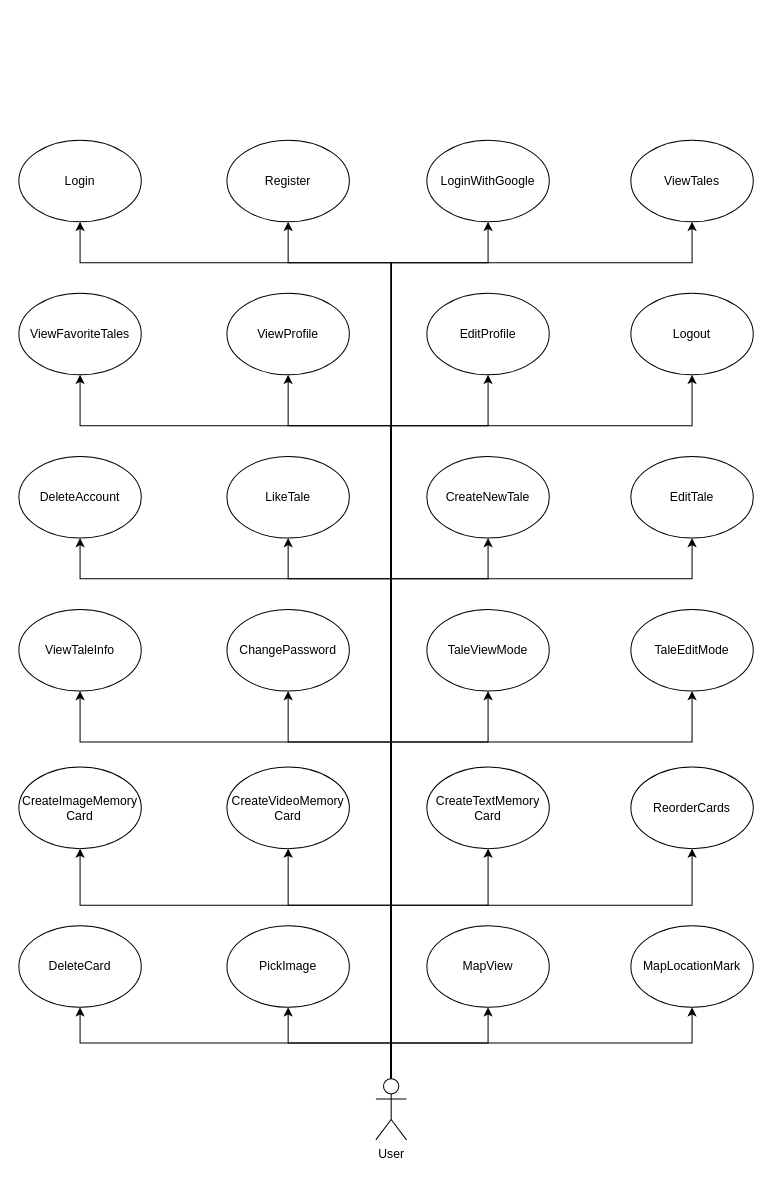
SadraMoghadam/TripTales keeps this draw.io diagram as diagrams/UseCaseDiagram.drawio. Above is the earlier version. Source tidied: cells renumbered, new cells numbered last; positions are measured from the earlier drawing's top-left corner, leaving out a move shared by most shapes. Both pictures are drawn from the tidied source at 102%, with x=0, y=0 at pixel (18, 140).
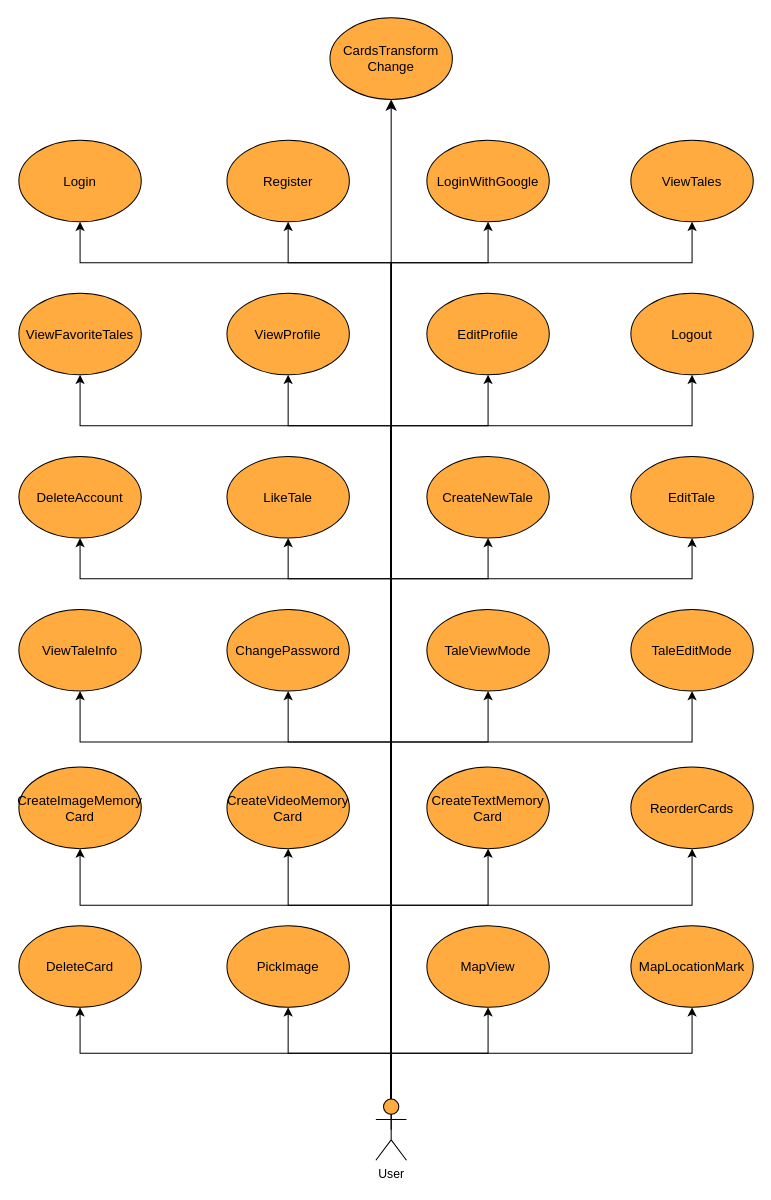
The same page after the edit.

Change to the diagram source:
```diff
@@
-    <mxCell id="2" value="Register" style="ellipse;whiteSpace=wrap;html=1;" parent="1" vertex="1">
+    <mxCell id="2" value="Register" style="ellipse;whiteSpace=wrap;html=1;fillColor=#ffab40;fontSize=13;" parent="1" vertex="1">
       <mxGeometry x="204" width="120" height="80" as="geometry" />
     </mxCell>
-    <mxCell id="3" value="LoginWithGoogle" style="ellipse;whiteSpace=wrap;html=1;" parent="1" vertex="1">
+    <mxCell id="3" value="LoginWithGoogle" style="ellipse;whiteSpace=wrap;html=1;fillColor=#ffab40;fontSize=13;" parent="1" vertex="1">
       <mxGeometry x="400" width="120" height="80" as="geometry" />
     </mxCell>
-    <mxCell id="4" value="Login" style="ellipse;whiteSpace=wrap;html=1;" parent="1" vertex="1">
+    <mxCell id="4" value="Login" style="ellipse;whiteSpace=wrap;html=1;fillColor=#ffab40;fontSize=13;" parent="1" vertex="1">
       <mxGeometry width="120" height="80" as="geometry" />
     </mxCell>
-    <mxCell id="5" value="ViewTales" style="ellipse;whiteSpace=wrap;html=1;" parent="1" vertex="1">
+    <mxCell id="5" value="ViewTales" style="ellipse;whiteSpace=wrap;html=1;fillColor=#ffab40;fontSize=13;" parent="1" vertex="1">
       <mxGeometry x="600" width="120" height="80" as="geometry" />
     </mxCell>
-    <mxCell id="6" value="ViewProfile" style="ellipse;whiteSpace=wrap;html=1;" parent="1" vertex="1">
+    <mxCell id="6" value="ViewProfile" style="ellipse;whiteSpace=wrap;html=1;fillColor=#ffab40;fontSize=13;" parent="1" vertex="1">
       <mxGeometry x="204" y="150" width="120" height="80" as="geometry" />
     </mxCell>
-    <mxCell id="7" value="EditProfile" style="ellipse;whiteSpace=wrap;html=1;" parent="1" vertex="1">
+    <mxCell id="7" value="EditProfile" style="ellipse;whiteSpace=wrap;html=1;fillColor=#ffab40;fontSize=13;" parent="1" vertex="1">
       <mxGeometry x="400" y="150" width="120" height="80" as="geometry" />
     </mxCell>
-    <mxCell id="8" value="ViewFavoriteTales" style="ellipse;whiteSpace=wrap;html=1;" parent="1" vertex="1">
+    <mxCell id="8" value="ViewFavoriteTales" style="ellipse;whiteSpace=wrap;html=1;fillColor=#ffab40;fontSize=13;" parent="1" vertex="1">
       <mxGeometry y="150" width="120" height="80" as="geometry" />
     </mxCell>
-    <mxCell id="9" value="Logout" style="ellipse;whiteSpace=wrap;html=1;" parent="1" vertex="1">
+    <mxCell id="9" value="Logout" style="ellipse;whiteSpace=wrap;html=1;fillColor=#ffab40;fontSize=13;" parent="1" vertex="1">
       <mxGeometry x="600" y="150" width="120" height="80" as="geometry" />
     </mxCell>
-    <mxCell id="10" value="LikeTale" style="ellipse;whiteSpace=wrap;html=1;" parent="1" vertex="1">
+    <mxCell id="10" value="LikeTale" style="ellipse;whiteSpace=wrap;html=1;fillColor=#ffab40;fontSize=13;" parent="1" vertex="1">
       <mxGeometry x="204" y="310" width="120" height="80" as="geometry" />
     </mxCell>
-    <mxCell id="11" value="CreateNewTale" style="ellipse;whiteSpace=wrap;html=1;" parent="1" vertex="1">
+    <mxCell id="11" value="CreateNewTale" style="ellipse;whiteSpace=wrap;html=1;fillColor=#ffab40;fontSize=13;" parent="1" vertex="1">
       <mxGeometry x="400" y="310" width="120" height="80" as="geometry" />
     </mxCell>
-    <mxCell id="12" value="DeleteAccount" style="ellipse;whiteSpace=wrap;html=1;" parent="1" vertex="1">
+    <mxCell id="12" value="DeleteAccount" style="ellipse;whiteSpace=wrap;html=1;fillColor=#ffab40;fontSize=13;" parent="1" vertex="1">
       <mxGeometry y="310" width="120" height="80" as="geometry" />
     </mxCell>
-    <mxCell id="13" value="EditTale" style="ellipse;whiteSpace=wrap;html=1;" parent="1" vertex="1">
+    <mxCell id="13" value="EditTale" style="ellipse;whiteSpace=wrap;html=1;fillColor=#ffab40;fontSize=13;" parent="1" vertex="1">
       <mxGeometry x="600" y="310" width="120" height="80" as="geometry" />
     </mxCell>
-    <mxCell id="14" value="ChangePassword" style="ellipse;whiteSpace=wrap;html=1;" parent="1" vertex="1">
+    <mxCell id="14" value="ChangePassword" style="ellipse;whiteSpace=wrap;html=1;fillColor=#ffab40;fontSize=13;" parent="1" vertex="1">
       <mxGeometry x="204" y="460" width="120" height="80" as="geometry" />
     </mxCell>
-    <mxCell id="15" value="TaleViewMode" style="ellipse;whiteSpace=wrap;html=1;" parent="1" vertex="1">
+    <mxCell id="15" value="TaleViewMode" style="ellipse;whiteSpace=wrap;html=1;fillColor=#ffab40;fontSize=13;" parent="1" vertex="1">
       <mxGeometry x="400" y="460" width="120" height="80" as="geometry" />
     </mxCell>
-    <mxCell id="16" value="ViewTaleInfo" style="ellipse;whiteSpace=wrap;html=1;" parent="1" vertex="1">
+    <mxCell id="16" value="ViewTaleInfo" style="ellipse;whiteSpace=wrap;html=1;fillColor=#ffab40;fontSize=13;" parent="1" vertex="1">
       <mxGeometry y="460" width="120" height="80" as="geometry" />
     </mxCell>
-    <mxCell id="17" value="TaleEditMode" style="ellipse;whiteSpace=wrap;html=1;" parent="1" vertex="1">
+    <mxCell id="17" value="TaleEditMode" style="ellipse;whiteSpace=wrap;html=1;fillColor=#ffab40;fontSize=13;" parent="1" vertex="1">
       <mxGeometry x="600" y="460" width="120" height="80" as="geometry" />
     </mxCell>
-    <mxCell id="18" value="CreateVideoMemory&lt;br&gt;Card" style="ellipse;whiteSpace=wrap;html=1;" parent="1" vertex="1">
+    <mxCell id="18" value="CreateVideoMemory&lt;br style=&quot;font-size: 13px;&quot;&gt;Card" style="ellipse;whiteSpace=wrap;html=1;fillColor=#ffab40;fontSize=13;" parent="1" vertex="1">
       <mxGeometry x="204" y="614.5" width="120" height="80" as="geometry" />
     </mxCell>
-    <mxCell id="19" value="CreateTextMemory&lt;br&gt;Card" style="ellipse;whiteSpace=wrap;html=1;" parent="1" vertex="1">
+    <mxCell id="19" value="CreateTextMemory&lt;br style=&quot;font-size: 13px;&quot;&gt;Card" style="ellipse;whiteSpace=wrap;html=1;fillColor=#ffab40;fontSize=13;" parent="1" vertex="1">
       <mxGeometry x="400" y="614.5" width="120" height="80" as="geometry" />
     </mxCell>
-    <mxCell id="20" value="CreateImageMemory&lt;br&gt;Card" style="ellipse;whiteSpace=wrap;html=1;" parent="1" vertex="1">
+    <mxCell id="20" value="CreateImageMemory&lt;br style=&quot;font-size: 13px;&quot;&gt;Card" style="ellipse;whiteSpace=wrap;html=1;fillColor=#ffab40;fontSize=13;" parent="1" vertex="1">
       <mxGeometry y="614.5" width="120" height="80" as="geometry" />
     </mxCell>
-    <mxCell id="21" value="ReorderCards" style="ellipse;whiteSpace=wrap;html=1;" parent="1" vertex="1">
+    <mxCell id="21" value="ReorderCards" style="ellipse;whiteSpace=wrap;html=1;fillColor=#ffab40;fontSize=13;" parent="1" vertex="1">
       <mxGeometry x="600" y="614.5" width="120" height="80" as="geometry" />
     </mxCell>
-    <mxCell id="22" value="PickImage" style="ellipse;whiteSpace=wrap;html=1;" parent="1" vertex="1">
+    <mxCell id="22" value="PickImage" style="ellipse;whiteSpace=wrap;html=1;fillColor=#ffab40;fontSize=13;" parent="1" vertex="1">
       <mxGeometry x="204" y="770" width="120" height="80" as="geometry" />
     </mxCell>
-    <mxCell id="23" value="MapView" style="ellipse;whiteSpace=wrap;html=1;" parent="1" vertex="1">
+    <mxCell id="23" value="MapView" style="ellipse;whiteSpace=wrap;html=1;fillColor=#ffab40;fontSize=13;" parent="1" vertex="1">
       <mxGeometry x="400" y="770" width="120" height="80" as="geometry" />
     </mxCell>
-    <mxCell id="24" value="DeleteCard" style="ellipse;whiteSpace=wrap;html=1;" parent="1" vertex="1">
+    <mxCell id="24" value="DeleteCard" style="ellipse;whiteSpace=wrap;html=1;fillColor=#ffab40;fontSize=13;" parent="1" vertex="1">
       <mxGeometry y="770" width="120" height="80" as="geometry" />
     </mxCell>
-    <mxCell id="25" value="MapLocationMark" style="ellipse;whiteSpace=wrap;html=1;" parent="1" vertex="1">
+    <mxCell id="25" value="MapLocationMark" style="ellipse;whiteSpace=wrap;html=1;fillColor=#ffab40;fontSize=13;" parent="1" vertex="1">
       <mxGeometry x="600" y="770" width="120" height="80" as="geometry" />
     </mxCell>
@@
+    <mxCell id="51" style="edgeStyle=none;curved=1;rounded=0;jettySize=auto;html=1;exitX=0.5;exitY=0.5;exitDx=0;exitDy=0;exitPerimeter=0;entryX=0.5;entryY=1;entryDx=0;entryDy=0;fontSize=12;startSize=8;endSize=8;" parent="1" edge="1" source="50" target="52">
+      <mxGeometry relative="1" as="geometry" />
+    </mxCell>
-    <mxCell id="50" value="User" style="shape=umlActor;verticalLabelPosition=bottom;verticalAlign=top;html=1;outlineConnect=0;" parent="1" vertex="1">
-      <mxGeometry x="350" y="920" width="30" height="60" as="geometry" />
+    <mxCell id="50" value="User" style="shape=umlActor;verticalLabelPosition=bottom;verticalAlign=top;html=1;outlineConnect=0;fillColor=#ffab40;" parent="1" vertex="1">
+      <mxGeometry x="350" y="940" width="30" height="60" as="geometry" />
     </mxCell>
+    <mxCell id="52" value="CardsTransform&lt;br style=&quot;font-size: 13px;&quot;&gt;Change" style="ellipse;whiteSpace=wrap;html=1;fillColor=#ffab40;fontSize=13;" parent="1" vertex="1">
+      <mxGeometry x="305" y="-120" width="120" height="80" as="geometry" />
+    </mxCell>
```
